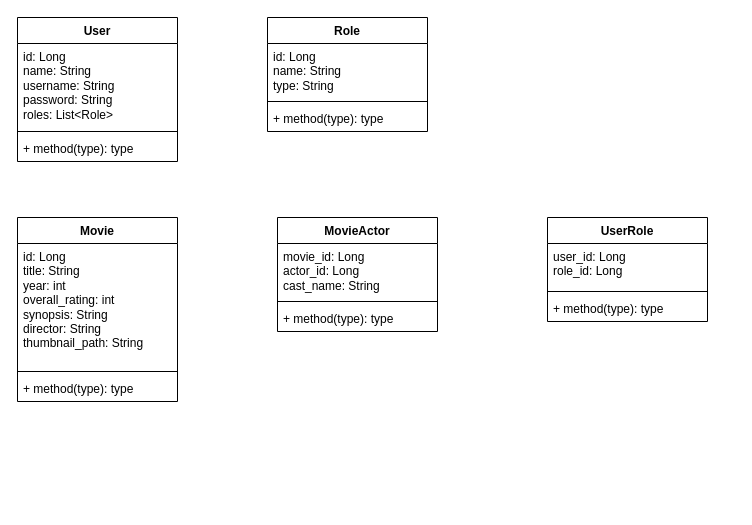
Before: Movie DB.drawio in clotzer/baseline-spring-jwt-angular-mysql, a draw.io diagram. Source tidied: cells renumbered, new cells numbered last; positions are measured from the earlier drawing's top-left corner, leaving out a move shared by most shapes. Both pictures are drawn from the tidied source at 100%, with x=0, y=0 at pixel (17, 17).
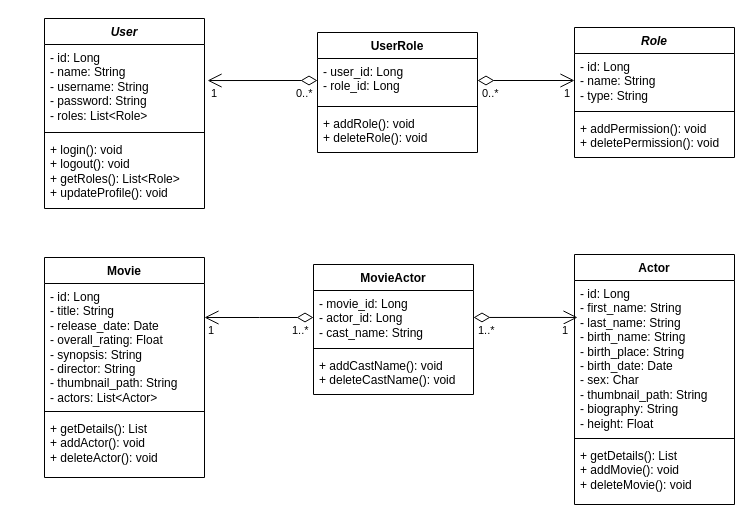
After the change.

Change to the diagram source:
```diff
@@
-    <mxCell id="2" value="User" style="swimlane;fontStyle=1;align=center;verticalAlign=top;horizontal=1;startSize=26;whiteSpace=wrap;html=1;" parent="1" vertex="1">
-      <mxGeometry width="160" height="144" as="geometry" />
+    <mxCell id="2" value="&lt;i&gt;User&lt;/i&gt;" style="swimlane;fontStyle=1;align=center;verticalAlign=top;horizontal=1;startSize=26;whiteSpace=wrap;html=1;" parent="1" vertex="1">
+      <mxGeometry x="27" y="1" width="160" height="190" as="geometry" />
     </mxCell>
-    <mxCell id="3" value="&lt;div&gt;id: Long&lt;/div&gt;&lt;div&gt;name: String&lt;/div&gt;&lt;div&gt;username: String&lt;/div&gt;&lt;div&gt;password: String&lt;/div&gt;&lt;div&gt;roles: List&amp;lt;Role&amp;gt;&lt;/div&gt;" style="text;strokeColor=none;fillColor=none;align=left;verticalAlign=top;spacingLeft=4;spacingRight=4;overflow=hidden;points=[[0,0.5],[1,0.5]];portConstraint=eastwest;whiteSpace=wrap;html=1;" parent="2" vertex="1">
+    <mxCell id="3" value="- id: Long&lt;div&gt;- name: String&lt;/div&gt;&lt;div&gt;- username: String&lt;/div&gt;&lt;div&gt;- password: String&lt;/div&gt;&lt;div&gt;- roles: List&amp;lt;Role&amp;gt;&lt;/div&gt;" style="text;strokeColor=none;fillColor=none;align=left;verticalAlign=top;spacingLeft=4;spacingRight=4;overflow=hidden;points=[[0,0.5],[1,0.5]];portConstraint=eastwest;whiteSpace=wrap;html=1;" parent="2" vertex="1">
       <mxGeometry y="26" width="160" height="84" as="geometry" />
     </mxCell>
@@
-    <mxCell id="5" value="+ method(type): type" style="text;strokeColor=none;fillColor=none;align=left;verticalAlign=top;spacingLeft=4;spacingRight=4;overflow=hidden;whiteSpace=wrap;html=1;" parent="2" vertex="1">
-      <mxGeometry y="118" width="160" height="26" as="geometry" />
+    <mxCell id="5" value="&lt;div&gt;+ login(): void&lt;/div&gt;&lt;div&gt;+ logout(): void&lt;/div&gt;&lt;div&gt;+ getRoles(): List&amp;lt;Role&amp;gt;&lt;/div&gt;&lt;div&gt;+ updateProfile(): void&lt;/div&gt;" style="text;strokeColor=none;fillColor=none;align=left;verticalAlign=top;spacingLeft=4;spacingRight=4;overflow=hidden;whiteSpace=wrap;html=1;" parent="2" vertex="1">
+      <mxGeometry y="118" width="160" height="72" as="geometry" />
     </mxCell>
-    <mxCell id="6" value="Role" style="swimlane;fontStyle=1;align=center;verticalAlign=top;horizontal=1;startSize=26;whiteSpace=wrap;html=1;" parent="1" vertex="1">
-      <mxGeometry x="250" width="160" height="114" as="geometry" />
+    <mxCell id="6" value="&lt;i&gt;Role&lt;/i&gt;" style="swimlane;fontStyle=1;align=center;verticalAlign=top;horizontal=1;startSize=26;whiteSpace=wrap;html=1;" parent="1" vertex="1">
+      <mxGeometry x="557" y="10" width="160" height="130" as="geometry" />
     </mxCell>
-    <mxCell id="7" value="&lt;div&gt;id: Long&lt;/div&gt;&lt;div&gt;name: String&lt;/div&gt;&lt;div&gt;type: String&lt;/div&gt;" style="text;strokeColor=none;fillColor=none;align=left;verticalAlign=top;spacingLeft=4;spacingRight=4;overflow=hidden;points=[[0,0.5],[1,0.5]];portConstraint=eastwest;whiteSpace=wrap;html=1;" parent="6" vertex="1">
+    <mxCell id="7" value="- id: Long&lt;div&gt;- name: String&lt;/div&gt;&lt;div&gt;- type: String&lt;/div&gt;" style="text;strokeColor=none;fillColor=none;align=left;verticalAlign=top;spacingLeft=4;spacingRight=4;overflow=hidden;points=[[0,0.5],[1,0.5]];portConstraint=eastwest;whiteSpace=wrap;html=1;" parent="6" vertex="1">
       <mxGeometry y="26" width="160" height="54" as="geometry" />
     </mxCell>
@@
-    <mxCell id="9" value="+ method(type): type" style="text;strokeColor=none;fillColor=none;align=left;verticalAlign=top;spacingLeft=4;spacingRight=4;overflow=hidden;whiteSpace=wrap;html=1;" parent="6" vertex="1">
-      <mxGeometry y="88" width="160" height="26" as="geometry" />
+    <mxCell id="9" value="&lt;div&gt;+ addPermission(): void&lt;/div&gt;&lt;div&gt;+ deletePermission(): void&lt;/div&gt;" style="text;strokeColor=none;fillColor=none;align=left;verticalAlign=top;spacingLeft=4;spacingRight=4;overflow=hidden;whiteSpace=wrap;html=1;" parent="6" vertex="1">
+      <mxGeometry y="88" width="160" height="42" as="geometry" />
     </mxCell>
     <mxCell id="10" value="Movie" style="swimlane;fontStyle=1;align=center;verticalAlign=top;horizontal=1;startSize=26;whiteSpace=wrap;html=1;" parent="1" vertex="1">
-      <mxGeometry y="200" width="160" height="184" as="geometry" />
+      <mxGeometry x="27" y="240" width="160" height="220" as="geometry" />
     </mxCell>
-    <mxCell id="11" value="&lt;div&gt;id: Long&lt;/div&gt;&lt;div&gt;title: String&lt;/div&gt;&lt;div&gt;year: int&lt;/div&gt;&lt;div&gt;overall_rating: int&lt;/div&gt;&lt;div&gt;synopsis: String&lt;/div&gt;&lt;div&gt;director: String&lt;/div&gt;&lt;div&gt;thumbnail_path: String&lt;/div&gt;" style="text;strokeColor=none;fillColor=none;align=left;verticalAlign=top;spacingLeft=4;spacingRight=4;overflow=hidden;whiteSpace=wrap;html=1;" parent="10" vertex="1">
+    <mxCell id="11" value="- id: Long&lt;div&gt;- title: String&lt;/div&gt;&lt;div&gt;- release_date: Date&lt;/div&gt;&lt;div&gt;- overall_rating: Float&lt;/div&gt;&lt;div&gt;- synopsis: String&lt;/div&gt;&lt;div&gt;- director: String&lt;/div&gt;&lt;div&gt;- thumbnail_path: String&lt;/div&gt;&lt;div&gt;- actors: List&amp;lt;Actor&amp;gt;&lt;/div&gt;" style="text;strokeColor=none;fillColor=none;align=left;verticalAlign=top;spacingLeft=4;spacingRight=4;overflow=hidden;whiteSpace=wrap;html=1;" parent="10" vertex="1">
       <mxGeometry y="26" width="160" height="124" as="geometry" />
     </mxCell>
@@
-    <mxCell id="13" value="+ method(type): type" style="text;strokeColor=none;fillColor=none;align=left;verticalAlign=top;spacingLeft=4;spacingRight=4;overflow=hidden;whiteSpace=wrap;html=1;" parent="10" vertex="1">
-      <mxGeometry y="158" width="160" height="26" as="geometry" />
+    <mxCell id="13" value="&lt;div&gt;+ getDetails(): List&lt;/div&gt;&lt;div&gt;+ addActor(): void&lt;/div&gt;&lt;div&gt;+ deleteActor(): void&lt;/div&gt;" style="text;strokeColor=none;fillColor=none;align=left;verticalAlign=top;spacingLeft=4;spacingRight=4;overflow=hidden;whiteSpace=wrap;html=1;" parent="10" vertex="1">
+      <mxGeometry y="158" width="160" height="62" as="geometry" />
     </mxCell>
     <mxCell id="14" value="MovieActor" style="swimlane;fontStyle=1;align=center;verticalAlign=top;horizontal=1;startSize=26;whiteSpace=wrap;html=1;" parent="1" vertex="1">
-      <mxGeometry x="260" y="200" width="160" height="114" as="geometry" />
+      <mxGeometry x="296" y="247" width="160" height="130" as="geometry" />
     </mxCell>
-    <mxCell id="15" value="&lt;div&gt;movie_id: Long&lt;/div&gt;&lt;div&gt;actor_id: Long&lt;/div&gt;&lt;div&gt;cast_name: String&lt;/div&gt;" style="text;strokeColor=none;fillColor=none;align=left;verticalAlign=top;spacingLeft=4;spacingRight=4;overflow=hidden;points=[[0,0.5],[1,0.5]];portConstraint=eastwest;whiteSpace=wrap;html=1;" parent="14" vertex="1">
+    <mxCell id="15" value="- movie_id: Long&lt;div&gt;- actor_id: Long&lt;/div&gt;&lt;div&gt;- cast_name: String&lt;/div&gt;" style="text;strokeColor=none;fillColor=none;align=left;verticalAlign=top;spacingLeft=4;spacingRight=4;overflow=hidden;points=[[0,0.5],[1,0.5]];portConstraint=eastwest;whiteSpace=wrap;html=1;" parent="14" vertex="1">
       <mxGeometry y="26" width="160" height="54" as="geometry" />
     </mxCell>
@@
-    <mxCell id="17" value="+ method(type): type" style="text;strokeColor=none;fillColor=none;align=left;verticalAlign=top;spacingLeft=4;spacingRight=4;overflow=hidden;whiteSpace=wrap;html=1;" parent="14" vertex="1">
-      <mxGeometry y="88" width="160" height="26" as="geometry" />
+    <mxCell id="17" value="&lt;div&gt;+ addCastName(): void&lt;/div&gt;&lt;div&gt;+ deleteCastName(): void&lt;/div&gt;" style="text;strokeColor=none;fillColor=none;align=left;verticalAlign=top;spacingLeft=4;spacingRight=4;overflow=hidden;whiteSpace=wrap;html=1;" parent="14" vertex="1">
+      <mxGeometry y="88" width="160" height="42" as="geometry" />
     </mxCell>
     <mxCell id="18" value="UserRole" style="swimlane;fontStyle=1;align=center;verticalAlign=top;horizontal=1;startSize=26;whiteSpace=wrap;html=1;" parent="1" vertex="1">
-      <mxGeometry x="530" y="200" width="160" height="104" as="geometry" />
+      <mxGeometry x="300" y="15" width="160" height="120" as="geometry" />
     </mxCell>
-    <mxCell id="19" value="&lt;div&gt;user_id: Long&lt;/div&gt;&lt;div&gt;role_id: Long&lt;/div&gt;" style="text;strokeColor=none;fillColor=none;align=left;verticalAlign=top;spacingLeft=4;spacingRight=4;overflow=hidden;points=[[0,0.5],[1,0.5]];portConstraint=eastwest;whiteSpace=wrap;html=1;" parent="18" vertex="1">
+    <mxCell id="19" value="- user_id: Long&lt;div&gt;- role_id: Long&lt;/div&gt;" style="text;strokeColor=none;fillColor=none;align=left;verticalAlign=top;spacingLeft=4;spacingRight=4;overflow=hidden;points=[[0,0.5],[1,0.5]];portConstraint=eastwest;whiteSpace=wrap;html=1;" parent="18" vertex="1">
       <mxGeometry y="26" width="160" height="44" as="geometry" />
     </mxCell>
@@
-    <mxCell id="21" value="+ method(type): type" style="text;strokeColor=none;fillColor=none;align=left;verticalAlign=top;spacingLeft=4;spacingRight=4;overflow=hidden;whiteSpace=wrap;html=1;" parent="18" vertex="1">
-      <mxGeometry y="78" width="160" height="26" as="geometry" />
+    <mxCell id="21" value="&lt;div&gt;+ addRole(): void&lt;/div&gt;&lt;div&gt;+ deleteRole(): void&lt;/div&gt;" style="text;strokeColor=none;fillColor=none;align=left;verticalAlign=top;spacingLeft=4;spacingRight=4;overflow=hidden;whiteSpace=wrap;html=1;" parent="18" vertex="1">
+      <mxGeometry y="78" width="160" height="42" as="geometry" />
     </mxCell>
+    <mxCell id="22" value="Actor" style="swimlane;fontStyle=1;align=center;verticalAlign=top;horizontal=1;startSize=26;whiteSpace=wrap;html=1;" parent="1" vertex="1">
+      <mxGeometry x="557" y="237" width="160" height="250" as="geometry" />
+    </mxCell>
+    <mxCell id="23" value="- id: Long&lt;div&gt;- first_name: String&lt;/div&gt;&lt;div&gt;- last_name: String&lt;/div&gt;&lt;div&gt;- birth_name: String&lt;/div&gt;&lt;div&gt;- birth_place: String&lt;/div&gt;&lt;div&gt;- birth_date: Date&lt;/div&gt;&lt;div&gt;- sex: Char&lt;/div&gt;&lt;div&gt;- thumbnail_path: String&lt;/div&gt;&lt;div&gt;- biography: String&lt;/div&gt;&lt;div&gt;- height: Float&lt;/div&gt;" style="text;strokeColor=none;fillColor=none;align=left;verticalAlign=top;spacingLeft=4;spacingRight=4;overflow=hidden;points=[[0,0.5],[1,0.5]];portConstraint=eastwest;whiteSpace=wrap;html=1;" parent="22" vertex="1">
+      <mxGeometry y="26" width="160" height="154" as="geometry" />
+    </mxCell>
+    <mxCell id="24" style="line;strokeWidth=1;fillColor=none;align=left;verticalAlign=middle;spacingTop=-1;spacingLeft=3;spacingRight=3;labelPosition=right;strokeColor=inherit;" parent="22" vertex="1">
+      <mxGeometry y="180" width="160" height="8" as="geometry" />
+    </mxCell>
+    <mxCell id="25" value="&lt;div&gt;+ getDetails(): List&lt;/div&gt;&lt;div&gt;+ addMovie(): void&lt;/div&gt;&lt;div&gt;+ deleteMovie(): void&lt;/div&gt;" style="text;strokeColor=none;fillColor=none;align=left;verticalAlign=top;spacingLeft=4;spacingRight=4;overflow=hidden;whiteSpace=wrap;html=1;" parent="22" vertex="1">
+      <mxGeometry y="188" width="160" height="62" as="geometry" />
+    </mxCell>
+    <mxCell id="26" style="endArrow=open;html=1;endSize=12;startArrow=diamondThin;startSize=14;startFill=0;edgeStyle=orthogonalEdgeStyle;rounded=0;entryX=1.019;entryY=0.429;entryDx=0;entryDy=0;entryPerimeter=0;exitX=0;exitY=0.5;exitDx=0;exitDy=0;" parent="1" edge="1" source="19" target="3">
+      <mxGeometry relative="1" as="geometry" />
+    </mxCell>
+    <mxCell id="27" value="0..*" style="edgeLabel;html=1;align=left;verticalAlign=top;" parent="26" vertex="1">
+      <mxGeometry x="-1" relative="1" as="geometry">
+        <mxPoint x="-23" as="offset" />
+      </mxGeometry>
+    </mxCell>
+    <mxCell id="28" value="1" style="edgeLabel;html=1;align=right;verticalAlign=top;" parent="26" vertex="1">
+      <mxGeometry x="1" relative="1" as="geometry">
+        <mxPoint x="10" as="offset" />
+      </mxGeometry>
+    </mxCell>
+    <mxCell id="29" style="endArrow=open;html=1;endSize=12;startArrow=diamondThin;startSize=14;startFill=0;edgeStyle=orthogonalEdgeStyle;rounded=0;entryX=0;entryY=0.5;entryDx=0;entryDy=0;exitX=1;exitY=0.5;exitDx=0;exitDy=0;" parent="1" edge="1" source="19" target="7">
+      <mxGeometry relative="1" as="geometry" />
+    </mxCell>
+    <mxCell id="30" value="0..*" style="edgeLabel;html=1;align=left;verticalAlign=top;" parent="29" vertex="1">
+      <mxGeometry x="-1" relative="1" as="geometry">
+        <mxPoint x="3" as="offset" />
+      </mxGeometry>
+    </mxCell>
+    <mxCell id="31" value="1" style="edgeLabel;html=1;align=right;verticalAlign=top;" parent="29" vertex="1">
+      <mxGeometry x="1" relative="1" as="geometry">
+        <mxPoint x="-4" as="offset" />
+      </mxGeometry>
+    </mxCell>
+    <mxCell id="32" style="endArrow=open;html=1;endSize=12;startArrow=diamondThin;startSize=14;startFill=0;edgeStyle=orthogonalEdgeStyle;rounded=0;entryX=1.019;entryY=0.429;entryDx=0;entryDy=0;entryPerimeter=0;" parent="1" edge="1" source="15">
+      <mxGeometry relative="1" as="geometry">
+        <mxPoint x="187" y="300" as="targetPoint" />
+      </mxGeometry>
+    </mxCell>
+    <mxCell id="33" value="1..*" style="edgeLabel;html=1;align=left;verticalAlign=top;" parent="32" vertex="1">
+      <mxGeometry x="-1" relative="1" as="geometry">
+        <mxPoint x="-23" as="offset" />
+      </mxGeometry>
+    </mxCell>
+    <mxCell id="34" value="1" style="edgeLabel;html=1;align=right;verticalAlign=top;" parent="32" vertex="1">
+      <mxGeometry x="1" relative="1" as="geometry">
+        <mxPoint x="10" as="offset" />
+      </mxGeometry>
+    </mxCell>
+    <mxCell id="35" style="endArrow=open;html=1;endSize=12;startArrow=diamondThin;startSize=14;startFill=0;edgeStyle=orthogonalEdgeStyle;rounded=0;entryX=0.019;entryY=0.24;entryDx=0;entryDy=0;entryPerimeter=0;" parent="1" edge="1" source="15" target="23">
+      <mxGeometry relative="1" as="geometry" />
+    </mxCell>
+    <mxCell id="36" value="1..*" style="edgeLabel;html=1;align=left;verticalAlign=top;" parent="35" vertex="1">
+      <mxGeometry x="-1" relative="1" as="geometry">
+        <mxPoint x="3" as="offset" />
+      </mxGeometry>
+    </mxCell>
+    <mxCell id="37" value="1" style="edgeLabel;html=1;align=right;verticalAlign=top;" parent="35" vertex="1">
+      <mxGeometry x="1" relative="1" as="geometry">
+        <mxPoint x="-9" as="offset" />
+      </mxGeometry>
+    </mxCell>
```
